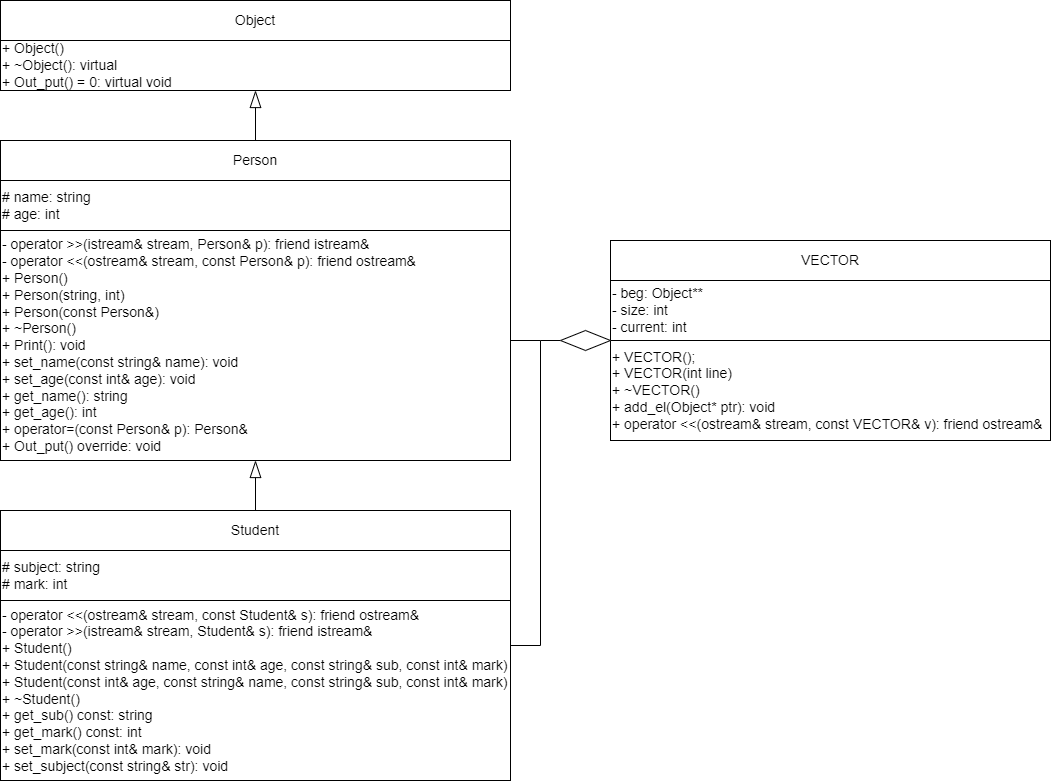
Earlier version of the draw.io export class_5/uml диаграмма.drawio.png (SonyAkb/Laboratory-works-for-the-2-semester). Source tidied: cells renumbered, new cells last; positions are measured from the earlier drawing's top-left corner, leaving out a move shared by most shapes. The source it was exported from:
```xml
<mxGraphModel>
  <root>
    <mxCell id="0" />
    <mxCell id="1" parent="0" />
    <mxCell id="2" value="Person" style="rounded=0;whiteSpace=wrap;html=1;fontSize=14;align=center;" parent="1" vertex="1">
      <mxGeometry y="140" width="510" height="40" as="geometry" />
    </mxCell>
    <mxCell id="3" value="&lt;div style=&quot;font-size: 14px;&quot;&gt;- operator &amp;gt;&amp;gt;(istream&amp;amp; stream, Person&amp;amp; p):&amp;nbsp;&lt;span style=&quot;background-color: initial;&quot;&gt;friend istream&amp;amp;&lt;/span&gt;&lt;span style=&quot;background-color: initial;&quot;&gt;&amp;nbsp;&lt;/span&gt;&lt;/div&gt;&lt;div style=&quot;&quot;&gt;&lt;span style=&quot;font-size: 14px; background-color: initial;&quot;&gt;-&amp;nbsp;&lt;/span&gt;&lt;span style=&quot;background-color: initial;&quot;&gt;operator &amp;lt;&amp;lt;(ostream&amp;amp; stream, const Person&amp;amp; p):&amp;nbsp;&lt;/span&gt;&lt;span style=&quot;background-color: initial;&quot;&gt;friend ostream&amp;amp;&lt;/span&gt;&lt;span style=&quot;background-color: initial;&quot;&gt;&amp;nbsp;&lt;/span&gt;&lt;/div&gt;&lt;div style=&quot;font-size: 14px;&quot;&gt;+ Person()&lt;br style=&quot;font-size: 14px;&quot;&gt;&lt;/div&gt;&lt;div style=&quot;font-size: 14px;&quot;&gt;+&amp;nbsp;Person(string, int)&lt;/div&gt;&lt;div style=&quot;font-size: 14px;&quot;&gt;+&amp;nbsp;Person(const Person&amp;amp;)&lt;/div&gt;&lt;div style=&quot;&quot;&gt;+ ~Person()&lt;br&gt;&lt;/div&gt;&lt;div style=&quot;&quot;&gt;+&amp;nbsp;&lt;span style=&quot;background-color: initial;&quot;&gt;Print():&amp;nbsp;&lt;/span&gt;&lt;span style=&quot;background-color: initial;&quot;&gt;void&lt;/span&gt;&lt;span style=&quot;background-color: initial;&quot;&gt;&amp;nbsp;&lt;/span&gt;&lt;br style=&quot;font-size: 14px;&quot;&gt;&lt;/div&gt;&lt;div style=&quot;&quot;&gt;+&amp;nbsp;&lt;span style=&quot;background-color: initial;&quot;&gt;set_name(const string&amp;amp; name):&amp;nbsp;&lt;/span&gt;&lt;span style=&quot;background-color: initial;&quot;&gt;void&lt;/span&gt;&lt;br style=&quot;font-size: 14px;&quot;&gt;&lt;/div&gt;&lt;div style=&quot;&quot;&gt;+&amp;nbsp;&lt;span style=&quot;background-color: initial;&quot;&gt;set_age(const int&amp;amp; age):&amp;nbsp;&lt;/span&gt;&lt;span style=&quot;font-size: 14px; background-color: initial;&quot;&gt;void&lt;/span&gt;&lt;br&gt;&lt;/div&gt;&lt;div style=&quot;&quot;&gt;&lt;span style=&quot;font-size: 14px; background-color: initial;&quot;&gt;+&amp;nbsp;&lt;/span&gt;&lt;span style=&quot;background-color: initial;&quot;&gt;get_name():&amp;nbsp;&lt;/span&gt;&lt;span style=&quot;background-color: initial;&quot;&gt;string&lt;/span&gt;&lt;span style=&quot;background-color: initial;&quot;&gt;&amp;nbsp;&lt;/span&gt;&lt;/div&gt;&lt;div style=&quot;&quot;&gt;&lt;span style=&quot;background-color: initial;&quot;&gt;+&amp;nbsp;&lt;/span&gt;&lt;span style=&quot;background-color: initial;&quot;&gt;get_age():&amp;nbsp;&lt;/span&gt;&lt;span style=&quot;background-color: initial;&quot;&gt;int&lt;/span&gt;&lt;span style=&quot;background-color: initial;&quot;&gt;&amp;nbsp;&lt;/span&gt;&lt;/div&gt;&lt;div style=&quot;&quot;&gt;&lt;span style=&quot;background-color: initial;&quot;&gt;+&amp;nbsp;&lt;/span&gt;&lt;span style=&quot;background-color: initial;&quot;&gt;operator=(const Person&amp;amp; p):&amp;nbsp;&lt;/span&gt;&lt;span style=&quot;background-color: initial;&quot;&gt;Person&amp;amp;&lt;/span&gt;&lt;span style=&quot;background-color: initial;&quot;&gt;&amp;nbsp;&lt;/span&gt;&lt;span style=&quot;background-color: initial;&quot;&gt;&lt;br&gt;&lt;/span&gt;&lt;/div&gt;&lt;div style=&quot;&quot;&gt;&lt;span style=&quot;background-color: initial;&quot;&gt;+&amp;nbsp;&lt;/span&gt;&lt;span style=&quot;background-color: initial;&quot;&gt;Out_put() override:&amp;nbsp;&lt;/span&gt;&lt;span style=&quot;background-color: initial;&quot;&gt;void&lt;/span&gt;&lt;span style=&quot;background-color: initial;&quot;&gt;&amp;nbsp;&lt;/span&gt;&lt;br&gt;&lt;/div&gt;" style="rounded=0;whiteSpace=wrap;html=1;fontSize=14;align=left;" parent="1" vertex="1">
      <mxGeometry y="230" width="510" height="230" as="geometry" />
    </mxCell>
    <mxCell id="4" value="# name: string&amp;nbsp;&lt;div style=&quot;&quot;&gt;&lt;span style=&quot;font-size: 14px; background-color: initial;&quot;&gt;#&amp;nbsp;&lt;/span&gt;&lt;span style=&quot;background-color: initial;&quot;&gt;age:&amp;nbsp;&lt;/span&gt;&lt;span style=&quot;background-color: initial;&quot;&gt;int&lt;/span&gt;&lt;span style=&quot;background-color: initial;&quot;&gt;&amp;nbsp;&lt;/span&gt;&lt;span style=&quot;background-color: initial;&quot;&gt;&amp;nbsp;&lt;/span&gt;&lt;/div&gt;" style="rounded=0;whiteSpace=wrap;html=1;fontSize=14;align=left;" parent="1" vertex="1">
      <mxGeometry y="180" width="510" height="50" as="geometry" />
    </mxCell>
    <mxCell id="5" value="Student" style="rounded=0;whiteSpace=wrap;html=1;fontSize=14;align=center;" parent="1" vertex="1">
      <mxGeometry y="510" width="510" height="40" as="geometry" />
    </mxCell>
    <mxCell id="6" value="&lt;div style=&quot;font-size: 14px;&quot;&gt;- operator &amp;lt;&amp;lt;(ostream&amp;amp; stream, const Student&amp;amp; s):&amp;nbsp;&lt;span style=&quot;background-color: initial;&quot;&gt;friend ostream&amp;amp;&lt;/span&gt;&lt;span style=&quot;background-color: initial;&quot;&gt;&amp;nbsp;&lt;/span&gt;&lt;/div&gt;&lt;div style=&quot;&quot;&gt;&lt;span style=&quot;font-size: 14px; background-color: initial;&quot;&gt;-&amp;nbsp;&lt;/span&gt;&lt;span style=&quot;background-color: initial;&quot;&gt;operator &amp;gt;&amp;gt;(istream&amp;amp; stream, Student&amp;amp; s):&amp;nbsp;&lt;/span&gt;&lt;span style=&quot;background-color: initial;&quot;&gt;friend istream&amp;amp;&lt;/span&gt;&lt;span style=&quot;background-color: initial;&quot;&gt;&amp;nbsp;&lt;/span&gt;&lt;/div&gt;&lt;div style=&quot;font-size: 14px;&quot;&gt;+ Student()&lt;/div&gt;&lt;div style=&quot;font-size: 14px;&quot;&gt;+&amp;nbsp;Student(const string&amp;amp; name, const int&amp;amp; age, const string&amp;amp; sub, const int&amp;amp; mark)&lt;/div&gt;&lt;div style=&quot;font-size: 14px;&quot;&gt;+&amp;nbsp;Student(const int&amp;amp; age, const string&amp;amp; name, const string&amp;amp; sub, const int&amp;amp; mark)&lt;/div&gt;&lt;div style=&quot;&quot;&gt;+ ~Student()&lt;/div&gt;&lt;div style=&quot;&quot;&gt;+ get_sub() const:&amp;nbsp;&lt;span style=&quot;background-color: initial;&quot;&gt;string&lt;/span&gt;&lt;span style=&quot;background-color: initial;&quot;&gt;&amp;nbsp;&lt;/span&gt;&lt;/div&gt;&lt;div style=&quot;&quot;&gt;&lt;span style=&quot;background-color: initial;&quot;&gt;+&amp;nbsp;&lt;/span&gt;&lt;span style=&quot;background-color: initial;&quot;&gt;get_mark() const:&amp;nbsp;&lt;/span&gt;&lt;span style=&quot;background-color: initial;&quot;&gt;int&lt;/span&gt;&lt;span style=&quot;background-color: initial;&quot;&gt;&amp;nbsp;&lt;/span&gt;&lt;/div&gt;&lt;div style=&quot;&quot;&gt;+&amp;nbsp;&lt;span style=&quot;background-color: initial;&quot;&gt;set_mark(const int&amp;amp; mark):&amp;nbsp;&lt;/span&gt;&lt;span style=&quot;background-color: initial;&quot;&gt;void&lt;/span&gt;&lt;br style=&quot;font-size: 14px;&quot;&gt;&lt;/div&gt;&lt;div style=&quot;&quot;&gt;+&amp;nbsp;&lt;span style=&quot;background-color: initial;&quot;&gt;set_subject(const string&amp;amp; str):&amp;nbsp;&lt;/span&gt;&lt;span style=&quot;font-size: 14px; background-color: initial;&quot;&gt;void&lt;/span&gt;&lt;/div&gt;" style="rounded=0;whiteSpace=wrap;html=1;fontSize=14;align=left;" parent="1" vertex="1">
      <mxGeometry y="600" width="510" height="180" as="geometry" />
    </mxCell>
    <mxCell id="7" value="# subject: string&amp;nbsp;&lt;div style=&quot;&quot;&gt;&lt;span style=&quot;font-size: 14px; background-color: initial;&quot;&gt;#&amp;nbsp;&lt;/span&gt;&lt;span style=&quot;background-color: initial;&quot;&gt;mark:&amp;nbsp;&lt;/span&gt;&lt;span style=&quot;background-color: initial;&quot;&gt;int&lt;/span&gt;&lt;span style=&quot;background-color: initial;&quot;&gt;&amp;nbsp;&lt;/span&gt;&lt;span style=&quot;background-color: initial;&quot;&gt;&amp;nbsp;&lt;/span&gt;&lt;/div&gt;" style="rounded=0;whiteSpace=wrap;html=1;fontSize=14;align=left;" parent="1" vertex="1">
      <mxGeometry y="550" width="510" height="50" as="geometry" />
    </mxCell>
    <mxCell id="8" style="endArrow=blockThin;html=1;rounded=0;exitX=0.5;exitY=0;exitDx=0;exitDy=0;entryX=0.5;entryY=1;entryDx=0;entryDy=0;endFill=0;endSize=15;startSize=7;targetPerimeterSpacing=1;curved=0;" parent="1" edge="1" source="5" target="3">
      <mxGeometry relative="1" as="geometry" />
    </mxCell>
    <mxCell id="9" value="Object" style="rounded=0;whiteSpace=wrap;html=1;fontSize=14;align=center;" parent="1" vertex="1">
      <mxGeometry width="510" height="40" as="geometry" />
    </mxCell>
    <mxCell id="10" value="+&amp;nbsp;Object()&lt;div&gt;+ ~Object():&amp;nbsp;&lt;span style=&quot;background-color: initial;&quot;&gt;virtual&lt;/span&gt;&lt;span style=&quot;background-color: initial;&quot;&gt;&amp;nbsp;&lt;/span&gt;&lt;/div&gt;&lt;div&gt;&lt;span style=&quot;background-color: initial;&quot;&gt;+&amp;nbsp;&lt;/span&gt;&lt;span style=&quot;background-color: initial;&quot;&gt;Out_put() = 0:&amp;nbsp;&lt;/span&gt;&lt;span style=&quot;background-color: initial;&quot;&gt;virtual void&lt;/span&gt;&lt;span style=&quot;background-color: initial;&quot;&gt;&amp;nbsp;&lt;/span&gt;&lt;/div&gt;" style="rounded=0;whiteSpace=wrap;html=1;fontSize=14;align=left;" parent="1" vertex="1">
      <mxGeometry y="40" width="510" height="50" as="geometry" />
    </mxCell>
    <mxCell id="11" style="endArrow=blockThin;html=1;rounded=0;exitX=0.5;exitY=0;exitDx=0;exitDy=0;entryX=0.5;entryY=1;entryDx=0;entryDy=0;endFill=0;endSize=15;startSize=7;targetPerimeterSpacing=1;curved=0;" parent="1" edge="1" source="2" target="10">
      <mxGeometry relative="1" as="geometry" />
    </mxCell>
    <mxCell id="12" value="VECTOR" style="rounded=0;whiteSpace=wrap;html=1;fontSize=14;align=center;" parent="1" vertex="1">
      <mxGeometry x="610" y="240" width="440" height="40" as="geometry" />
    </mxCell>
    <mxCell id="13" value="&lt;div style=&quot;font-size: 14px;&quot;&gt;+&amp;nbsp;VECTOR();&lt;/div&gt;&lt;div style=&quot;font-size: 14px;&quot;&gt;+&amp;nbsp;VECTOR(int line)&lt;/div&gt;&lt;div style=&quot;font-size: 14px;&quot;&gt;+&amp;nbsp;~VECTOR()&lt;/div&gt;&lt;div style=&quot;&quot;&gt;+ add_el(Object* ptr):&amp;nbsp;&lt;span style=&quot;background-color: initial;&quot;&gt;void&lt;/span&gt;&lt;span style=&quot;background-color: initial;&quot;&gt;&amp;nbsp;&lt;/span&gt;&lt;br&gt;&lt;/div&gt;&lt;div style=&quot;&quot;&gt;&lt;span style=&quot;background-color: initial;&quot;&gt;+&amp;nbsp;&lt;/span&gt;&lt;span style=&quot;background-color: initial;&quot;&gt;operator &amp;lt;&amp;lt;(ostream&amp;amp; stream, const VECTOR&amp;amp; v):&amp;nbsp;&lt;/span&gt;&lt;span style=&quot;background-color: initial;&quot;&gt;friend ostream&amp;amp;&lt;/span&gt;&lt;span style=&quot;background-color: initial;&quot;&gt;&amp;nbsp;&lt;/span&gt;&lt;/div&gt;" style="rounded=0;whiteSpace=wrap;html=1;fontSize=14;align=left;" parent="1" vertex="1">
      <mxGeometry x="610" y="340" width="440" height="100" as="geometry" />
    </mxCell>
    <mxCell id="14" value="- beg: Object**&amp;nbsp;&lt;div&gt;- size: int&lt;/div&gt;&lt;div&gt;- current: int&lt;/div&gt;" style="rounded=0;whiteSpace=wrap;html=1;fontSize=14;align=left;" parent="1" vertex="1">
      <mxGeometry x="610" y="280" width="440" height="60" as="geometry" />
    </mxCell>
    <mxCell id="15" style="endArrow=none;html=1;rounded=0;endFill=0;entryX=0;entryY=0.5;entryDx=0;entryDy=0;exitX=1;exitY=0.25;exitDx=0;exitDy=0;" parent="1" edge="1" source="6" target="16">
      <mxGeometry relative="1" as="geometry">
        <Array as="points">
          <mxPoint x="540" y="645" />
          <mxPoint x="540" y="340" />
        </Array>
      </mxGeometry>
    </mxCell>
    <mxCell id="16" style="rhombus;whiteSpace=wrap;html=1;" parent="1" vertex="1">
      <mxGeometry x="560" y="330" width="50" height="20" as="geometry" />
    </mxCell>
    <mxCell id="17" style="endArrow=none;html=1;rounded=0;" parent="1" edge="1">
      <mxGeometry relative="1" as="geometry">
        <mxPoint x="540" y="340" as="sourcePoint" />
        <mxPoint x="510" y="340" as="targetPoint" />
      </mxGeometry>
    </mxCell>
  </root>
</mxGraphModel>
```
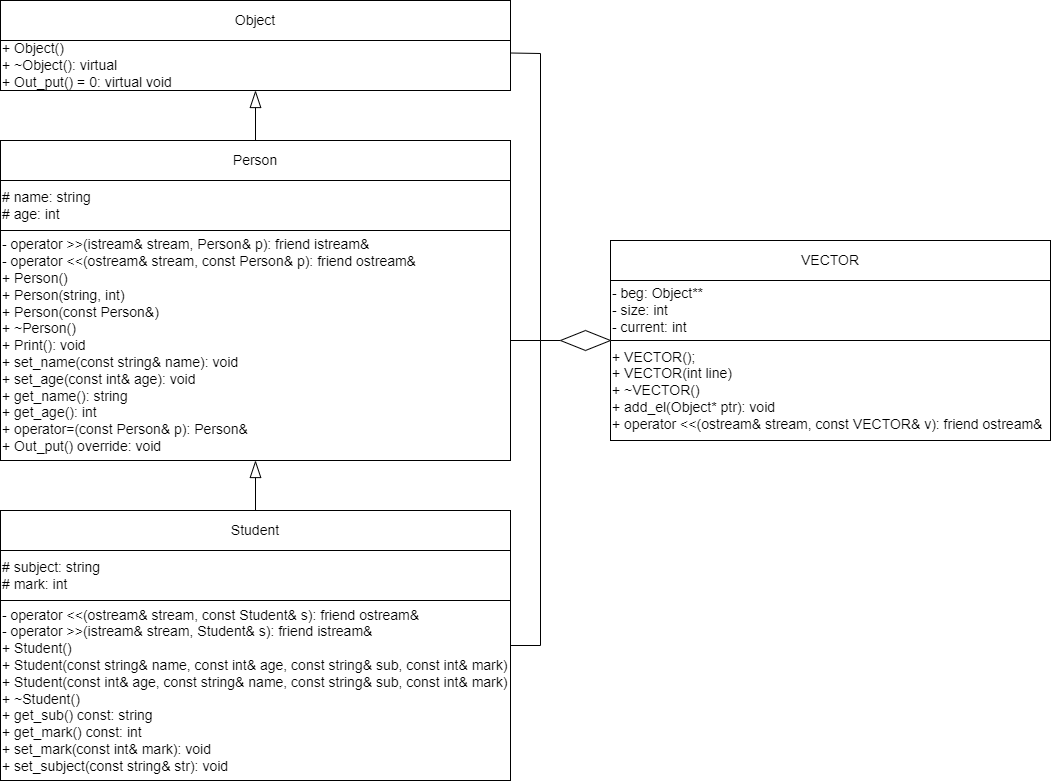
After the commit.

The edit, as a diff of the source:
```diff
@@ -58,5 +58,13 @@
         <mxPoint x="510" y="340" as="targetPoint" />
       </mxGeometry>
     </mxCell>
+    <mxCell id="18" style="endArrow=none;html=1;rounded=0;entryX=1;entryY=0.25;entryDx=0;entryDy=0;" parent="1" edge="1" target="10">
+      <mxGeometry relative="1" as="geometry">
+        <mxPoint x="540" y="340" as="sourcePoint" />
+        <Array as="points">
+          <mxPoint x="540" y="53" />
+        </Array>
+      </mxGeometry>
+    </mxCell>
   </root>
 </mxGraphModel>
```
